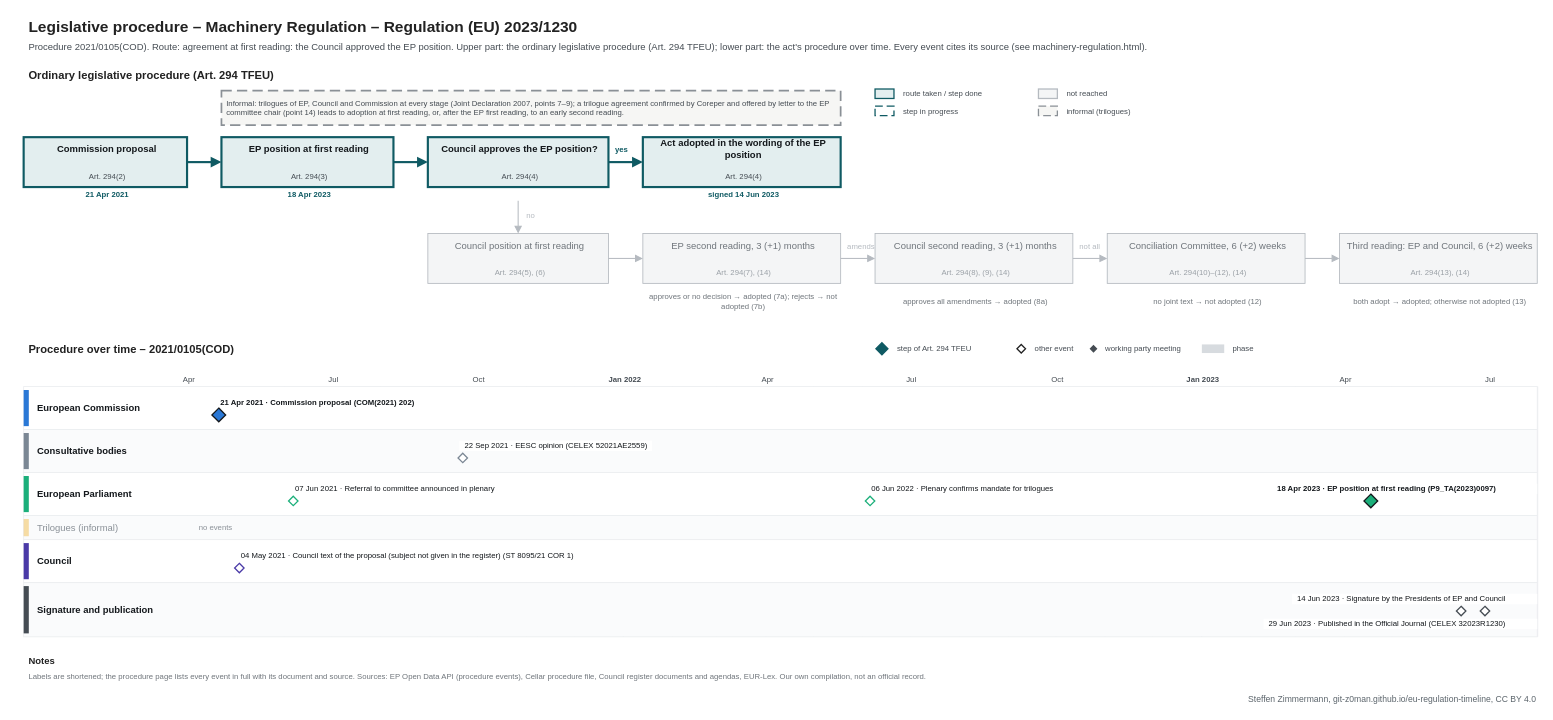
This is procedures/machinery-regulation.drawio from git-z0man/eu-regulation-timeline, a draw.io file, before an edit. Source tidied: cells renumbered, new cells numbered last; positions are measured from the earlier drawing's top-left corner, leaving out a move shared by most shapes. Both pictures are drawn from the tidied source at 86%, with x=0, y=0 at pixel (15, 15).
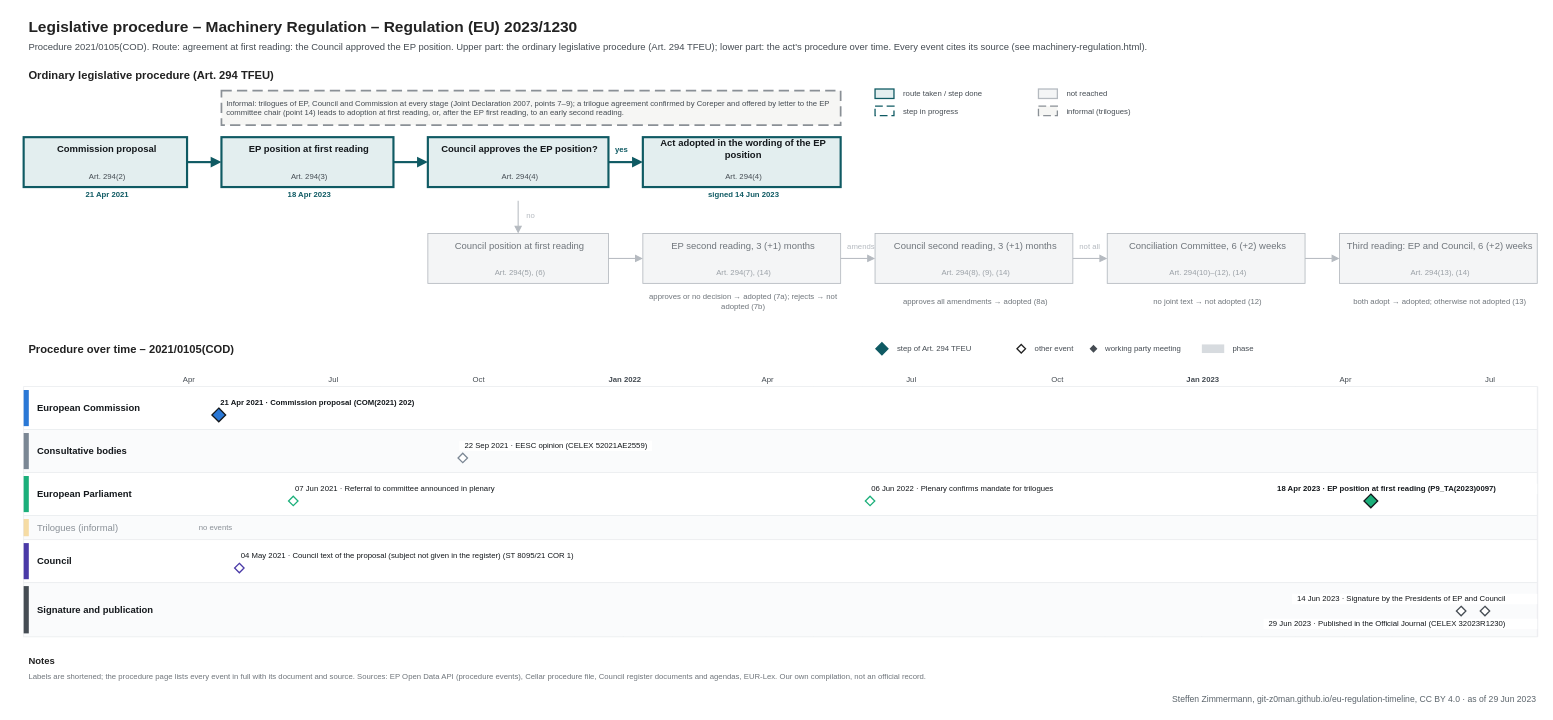
The same page after the edit.

Diff of the diagram source:
```diff
@@
-    <mxCell id="146" value="Steffen Zimmermann, git-z0man.github.io/eu-regulation-timeline, CC BY 4.0" style="text;html=1;fontSize=10;fontColor=#5b646b;align=right;verticalAlign=middle;spacingLeft=4;" parent="1" vertex="1">
+    <mxCell id="146" value="Steffen Zimmermann, git-z0man.github.io/eu-regulation-timeline, CC BY 4.0 · as of 29 Jun 2023" style="text;html=1;fontSize=10;fontColor=#5b646b;align=right;verticalAlign=middle;spacingLeft=4;" parent="1" vertex="1">
       <mxGeometry x="10" y="787" width="1760" height="16" as="geometry" />
     </mxCell>
```
